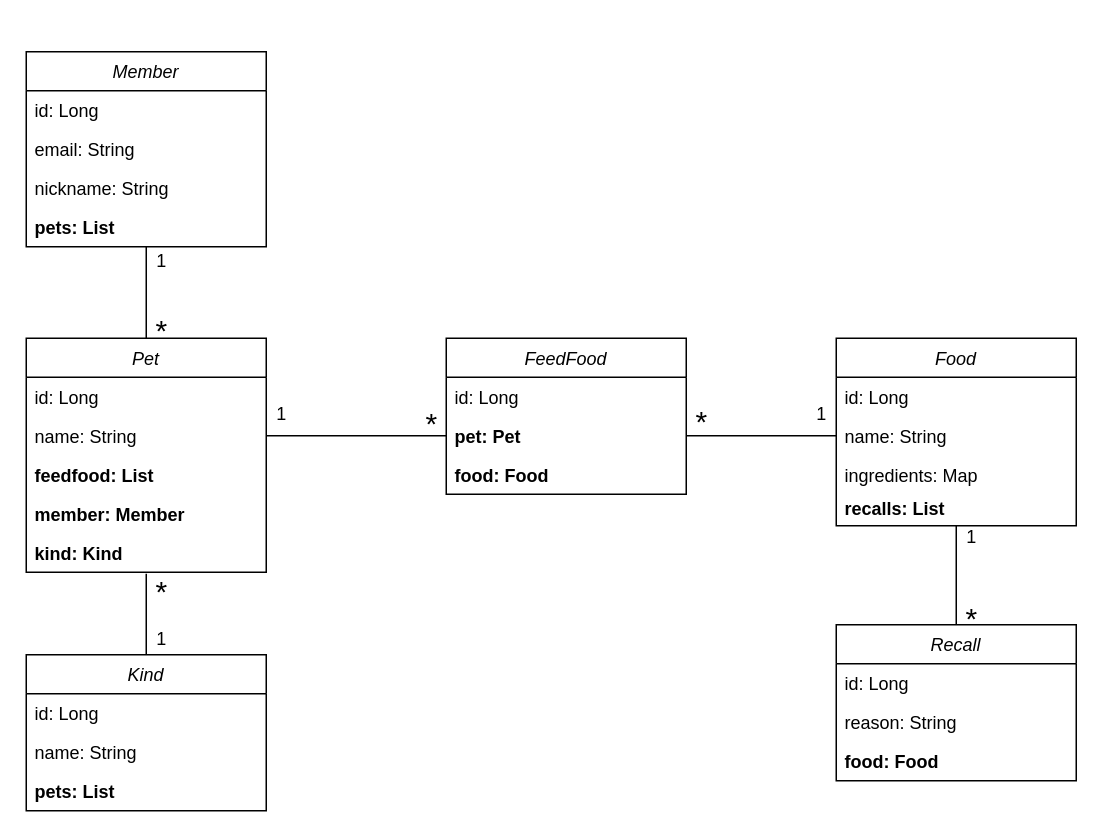
5hdumat/yum-yum keeps this draw.io diagram as Entity-archtecture.drawio. Above is the earlier version. Source tidied: cells renumbered, new cells numbered last; positions are measured from the earlier drawing's top-left corner, leaving out a move shared by most shapes. Both pictures are drawn from the tidied source at 150%, with x=0, y=0 at pixel (26, 51).
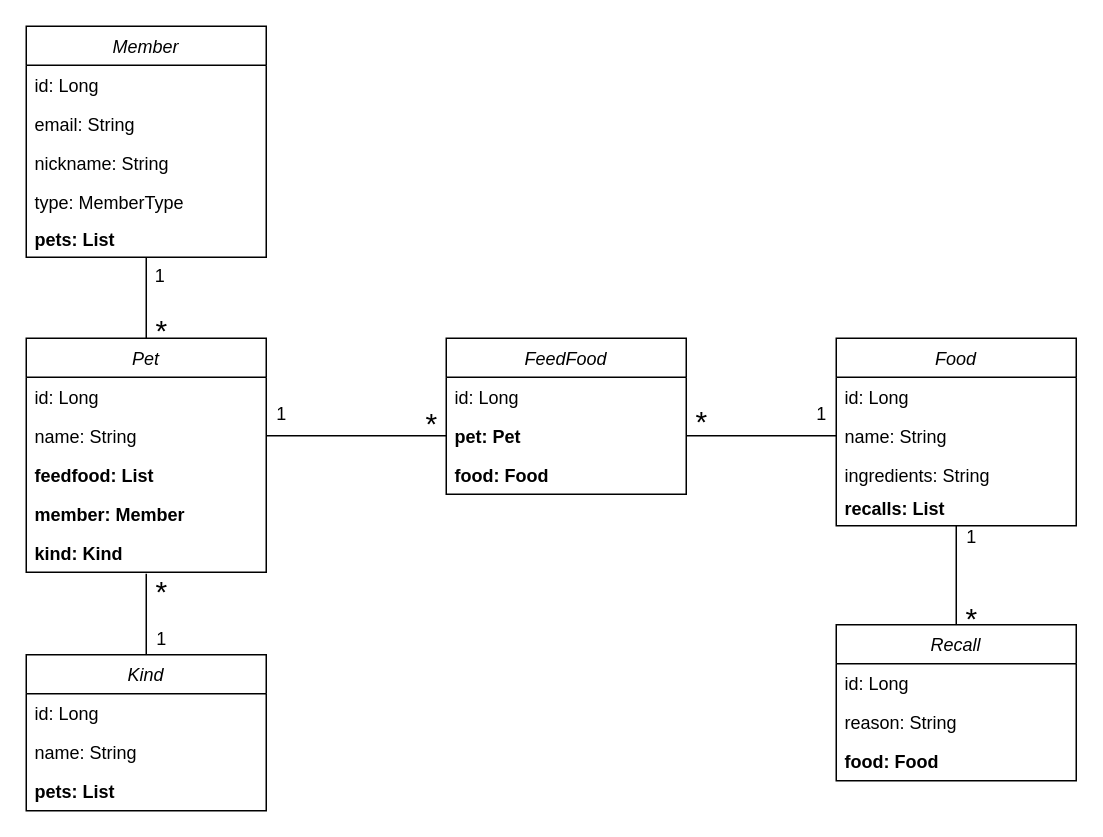
After the change.

Unchanged cells that the change refers to:
```xml
<mxCell id="24" value="Food" style="swimlane;fontStyle=2;align=center;verticalAlign=top;horizontal=1;startSize=26;rounded=0;shadow=0;strokeWidth=1;" parent="1" vertex="1">
  <mxGeometry x="540" y="191" width="160" height="125" as="geometry" />
</mxCell>
```

What changed in the source:
```diff
@@
     <mxCell id="3" value="Member" style="swimlane;fontStyle=2;align=center;verticalAlign=top;horizontal=1;startSize=26;rounded=0;shadow=0;strokeWidth=1;" parent="1" vertex="1">
-      <mxGeometry width="160" height="130" as="geometry" />
+      <mxGeometry y="-17" width="160" height="154" as="geometry" />
     </mxCell>
@@
+    <mxCell id="45" value="type: MemberType&#10;" style="text;align=left;verticalAlign=top;spacingLeft=4;spacingRight=4;overflow=hidden;" parent="3" vertex="1">
+      <mxGeometry y="104" width="160" height="25" as="geometry" />
+    </mxCell>
     <mxCell id="7" value="pets: List" style="text;align=left;verticalAlign=top;spacingLeft=4;spacingRight=4;overflow=hidden;rounded=0;shadow=0;html=0;fontStyle=1;" parent="3" vertex="1">
-      <mxGeometry y="104" width="160" height="16" as="geometry" />
+      <mxGeometry y="129" width="160" height="16" as="geometry" />
     </mxCell>
@@
     <mxCell id="19" value="1" style="text;html=1;align=center;verticalAlign=middle;strokeColor=none;fillColor=none;" parent="1" vertex="1">
-      <mxGeometry x="80" y="130" width="20" height="20" as="geometry" />
+      <mxGeometry x="79" y="140" width="20" height="20" as="geometry" />
     </mxCell>
@@
-    <mxCell id="27" value="ingredients: Map" style="text;align=left;verticalAlign=top;spacingLeft=4;spacingRight=4;overflow=hidden;fontStyle=0;" parent="24" vertex="1">
+    <mxCell id="27" value="ingredients: String" style="text;align=left;verticalAlign=top;spacingLeft=4;spacingRight=4;overflow=hidden;fontStyle=0;" parent="24" vertex="1">
       <mxGeometry y="78" width="160" height="22" as="geometry" />
     </mxCell>
```
